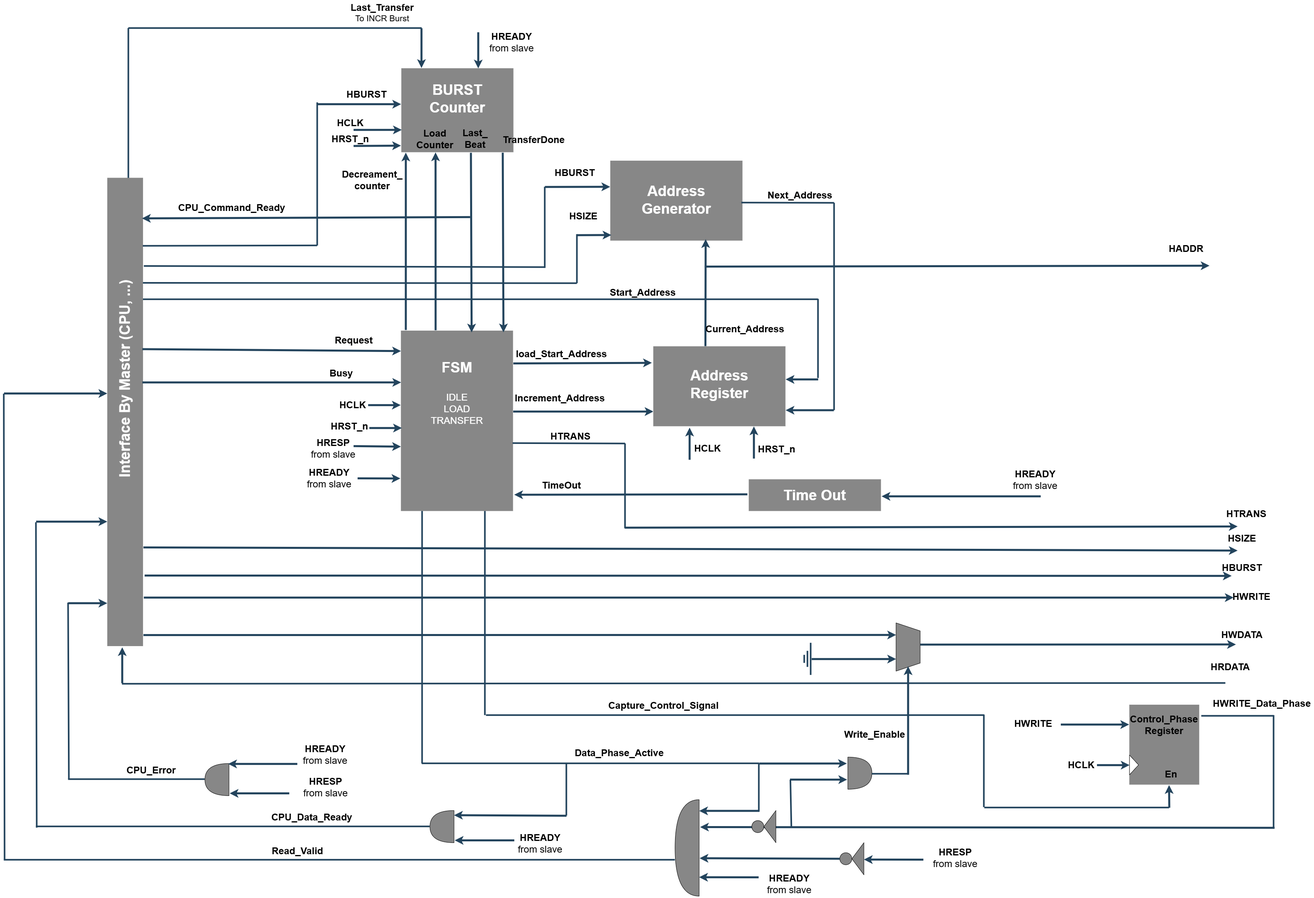
The draw.io diagram photoes/Master_Architeture.drawio.png in amrsoli916/AHB-Lite-Protocol, before a commit. Source tidied: cells renumbered, new cells last; positions are measured from the earlier drawing's top-left corner, leaving out a move shared by most shapes.
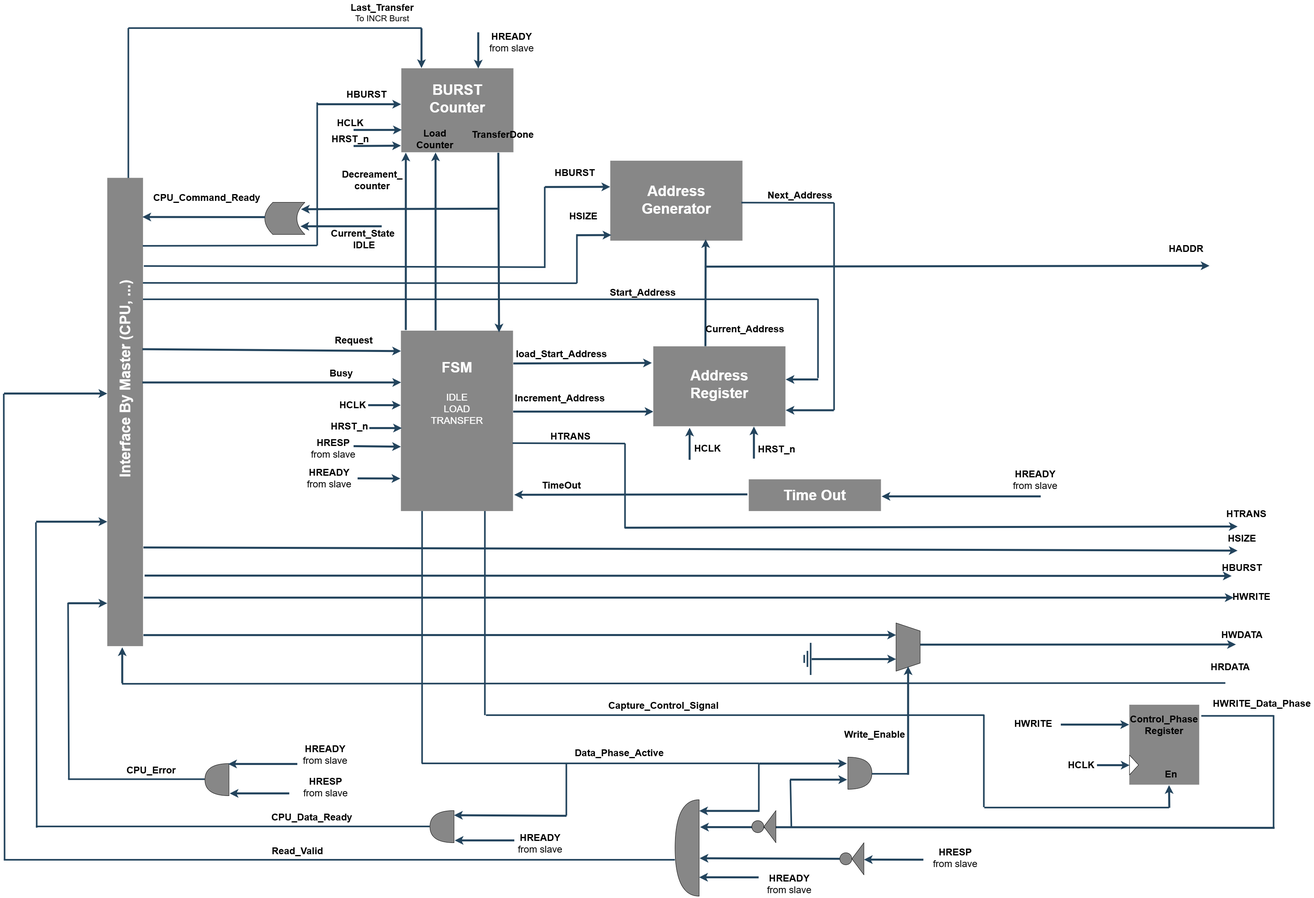
The same file after the commit.

Diff of the diagram source:
```diff
@@ -57,12 +57,12 @@
     </mxCell>
     <mxCell id="17" style="endArrow=classic;html=1;rounded=0;strokeColor=#23445D;strokeWidth=5;exitX=0.413;exitY=0.982;exitDx=0;exitDy=0;exitPerimeter=0;entryX=0.067;entryY=0.014;entryDx=0;entryDy=0;entryPerimeter=0;" parent="1" edge="1">
       <mxGeometry relative="1" as="geometry">
-        <mxPoint x="1367.2" y="379.7" as="sourcePoint" />
-        <mxPoint x="1369" y="826.8" as="targetPoint" />
+        <mxPoint x="1356.2" y="379.7" as="sourcePoint" />
+        <mxPoint x="1358" y="826.8" as="targetPoint" />
       </mxGeometry>
     </mxCell>
     <mxCell id="18" value="&lt;font color=&quot;#000000&quot;&gt;&lt;span style=&quot;font-size: 24px;&quot;&gt;&lt;b&gt;TransferDone&lt;/b&gt;&lt;/span&gt;&lt;/font&gt;" style="text;html=1;whiteSpace=wrap;strokeColor=none;fillColor=none;align=center;verticalAlign=middle;rounded=0;fontColor=#FFFFFF;" parent="1" vertex="1">
-      <mxGeometry x="1360" y="313" width="170" height="70" as="geometry" />
+      <mxGeometry x="1283" y="300" width="170" height="70" as="geometry" />
     </mxCell>
     <mxCell id="19" style="endArrow=classic;html=1;rounded=0;strokeColor=#23445D;strokeWidth=5;entryX=0.002;entryY=0.654;entryDx=0;entryDy=0;entryPerimeter=0;" parent="1" edge="1">
       <mxGeometry relative="1" as="geometry">
@@ -518,15 +518,6 @@
     <mxCell id="121" value="&lt;font color=&quot;#000000&quot;&gt;&lt;span style=&quot;font-size: 24px;&quot;&gt;&lt;b&gt;Data_Phase_Active&lt;/b&gt;&lt;/span&gt;&lt;/font&gt;" style="text;html=1;whiteSpace=wrap;strokeColor=none;fillColor=none;align=center;verticalAlign=middle;rounded=0;fontColor=#FFFFFF;" parent="1" vertex="1">
       <mxGeometry x="1543" y="1857" width="230" height="35" as="geometry" />
     </mxCell>
-    <mxCell id="122" style="endArrow=classic;html=1;rounded=0;strokeColor=#23445D;strokeWidth=5;exitX=0.413;exitY=0.982;exitDx=0;exitDy=0;exitPerimeter=0;entryX=0.067;entryY=0.014;entryDx=0;entryDy=0;entryPerimeter=0;" parent="1" edge="1">
-      <mxGeometry relative="1" as="geometry">
-        <mxPoint x="1288" y="380" as="sourcePoint" />
-        <mxPoint x="1289.8" y="827.1" as="targetPoint" />
-      </mxGeometry>
-    </mxCell>
-    <mxCell id="123" value="&lt;font color=&quot;#000000&quot;&gt;&lt;span style=&quot;font-size: 24px;&quot;&gt;&lt;b&gt;Last_&lt;/b&gt;&lt;/span&gt;&lt;/font&gt;&lt;div&gt;&lt;font color=&quot;#000000&quot;&gt;&lt;span style=&quot;font-size: 24px;&quot;&gt;&lt;b&gt;Beat&lt;/b&gt;&lt;/span&gt;&lt;/font&gt;&lt;/div&gt;" style="text;html=1;whiteSpace=wrap;strokeColor=none;fillColor=none;align=center;verticalAlign=middle;rounded=0;fontColor=#FFFFFF;" parent="1" vertex="1">
-      <mxGeometry x="1249" y="318" width="100" height="55" as="geometry" />
-    </mxCell>
     <mxCell id="124" style="endArrow=none;html=1;rounded=0;strokeColor=#23445D;strokeWidth=4;entryX=1;entryY=0.375;entryDx=0;entryDy=0;entryPerimeter=0;" parent="1" edge="1" target="111">
       <mxGeometry relative="1" as="geometry">
         <mxPoint x="126" y="2140" as="sourcePoint" />
@@ -706,13 +697,13 @@
     <mxCell id="163" value="&lt;font style=&quot;font-size: 24px; color: rgb(0, 0, 0);&quot;&gt;&lt;b&gt;Busy&lt;/b&gt;&lt;/font&gt;" style="text;html=1;whiteSpace=wrap;strokeColor=none;fillColor=none;align=center;verticalAlign=middle;rounded=0;fontColor=#FFFFFF;" parent="1" vertex="1">
       <mxGeometry x="861" y="914" width="210" height="30" as="geometry" />
     </mxCell>
-    <mxCell id="164" style="endArrow=classic;html=1;rounded=0;strokeColor=#23445D;strokeWidth=5;entryX=0.966;entryY=0.087;entryDx=0;entryDy=0;entryPerimeter=0;" parent="1" edge="1" target="4">
+    <mxCell id="164" style="endArrow=classic;html=1;rounded=0;strokeColor=#23445D;strokeWidth=5;entryX=0.901;entryY=0.214;entryDx=0;entryDy=0;entryPerimeter=0;" parent="1" edge="1" target="168">
       <mxGeometry relative="1" as="geometry">
-        <mxPoint x="1286" y="540" as="sourcePoint" />
+        <mxPoint x="1356" y="519" as="sourcePoint" />
       </mxGeometry>
     </mxCell>
     <mxCell id="165" value="&lt;font color=&quot;#000000&quot;&gt;&lt;span style=&quot;font-size: 24px;&quot;&gt;&lt;b&gt;CPU_Command_Ready&lt;/b&gt;&lt;/span&gt;&lt;/font&gt;" style="text;html=1;whiteSpace=wrap;strokeColor=none;fillColor=none;align=center;verticalAlign=middle;rounded=0;fontColor=#FFFFFF;" parent="1" vertex="1">
-      <mxGeometry x="526" y="500" width="335" height="35" as="geometry" />
+      <mxGeometry x="464" y="475" width="335" height="35" as="geometry" />
     </mxCell>
     <mxCell id="166" style="triangle;whiteSpace=wrap;html=1;shapeInside=1;direction=west;fillColor=light-dark(#878787, #ededed);" parent="1" vertex="1">
       <mxGeometry x="2017" y="2017" width="30" height="80" as="geometry" />
@@ -720,5 +711,19 @@
     <mxCell id="167" style="ellipse;whiteSpace=wrap;html=1;shapeInside=1;fillColor=light-dark(#878787, #ededed);" parent="1" vertex="1">
       <mxGeometry x="1987" y="2042" width="30" height="30" as="geometry" />
     </mxCell>
+    <mxCell id="168" style="shape=dataStorage;whiteSpace=wrap;html=1;shapeInside=1;fixedSize=1;fillColor=light-dark(#878787, #ededed);" parent="1" vertex="1">
+      <mxGeometry x="775" y="503.2" width="100" height="80" as="geometry" />
+    </mxCell>
+    <mxCell id="169" style="endArrow=classic;html=1;rounded=0;strokeColor=#23445D;strokeWidth=5;entryX=0.978;entryY=0.084;entryDx=0;entryDy=0;entryPerimeter=0;exitX=0.01;exitY=0.46;exitDx=0;exitDy=0;exitPerimeter=0;" parent="1" edge="1" source="168" target="4">
+      <mxGeometry relative="1" as="geometry" />
+    </mxCell>
+    <mxCell id="170" style="endArrow=classic;html=1;rounded=0;strokeColor=#23445D;strokeWidth=5;entryX=0.888;entryY=0.745;entryDx=0;entryDy=0;entryPerimeter=0;" parent="1" edge="1" target="168">
+      <mxGeometry relative="1" as="geometry">
+        <mxPoint x="1066" y="562.8" as="sourcePoint" />
+      </mxGeometry>
+    </mxCell>
+    <mxCell id="171" value="&lt;font color=&quot;#000000&quot;&gt;&lt;span style=&quot;font-size: 24px;&quot;&gt;&lt;b&gt;Current_State&amp;nbsp;&lt;/b&gt;&lt;/span&gt;&lt;/font&gt;&lt;div&gt;&lt;font color=&quot;#000000&quot;&gt;&lt;span style=&quot;font-size: 24px;&quot;&gt;&lt;b&gt;IDLE&lt;/b&gt;&lt;/span&gt;&lt;/font&gt;&lt;/div&gt;" style="text;html=1;whiteSpace=wrap;strokeColor=none;fillColor=none;align=center;verticalAlign=middle;rounded=0;fontColor=#FFFFFF;" parent="1" vertex="1">
+      <mxGeometry x="946.2" y="560" width="152" height="70" as="geometry" />
+    </mxCell>
   </root>
 </mxGraphModel>
```
